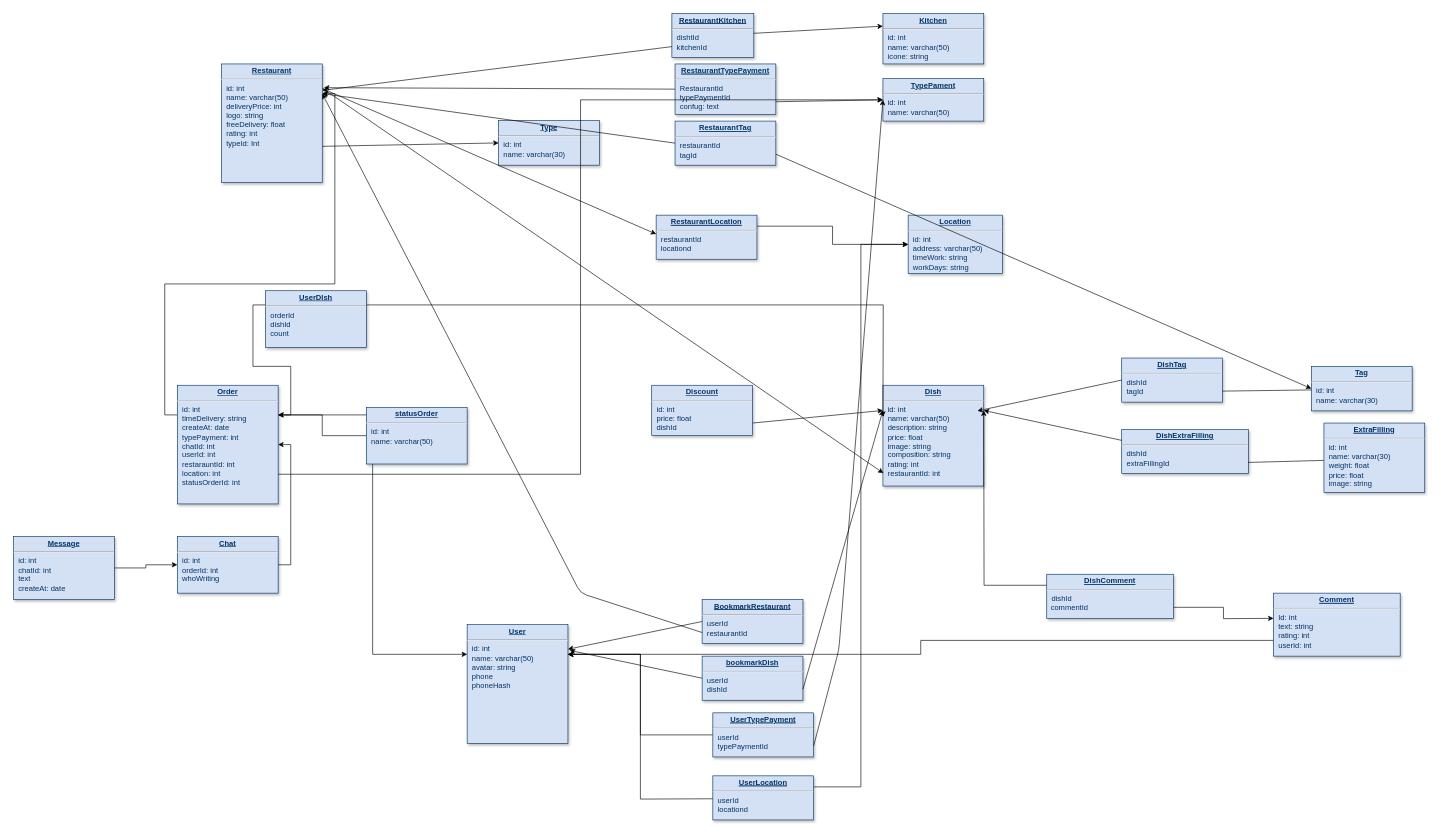
Before: Untitled Diagram.drawio in YuraBobeshko/Food, a draw.io diagram. Source tidied: cells renumbered, new cells numbered last; positions are measured from the earlier drawing's top-left corner, leaving out a move shared by most shapes. Both pictures are drawn from the tidied source at 63%, with x=0, y=0 at pixel (13, 13).
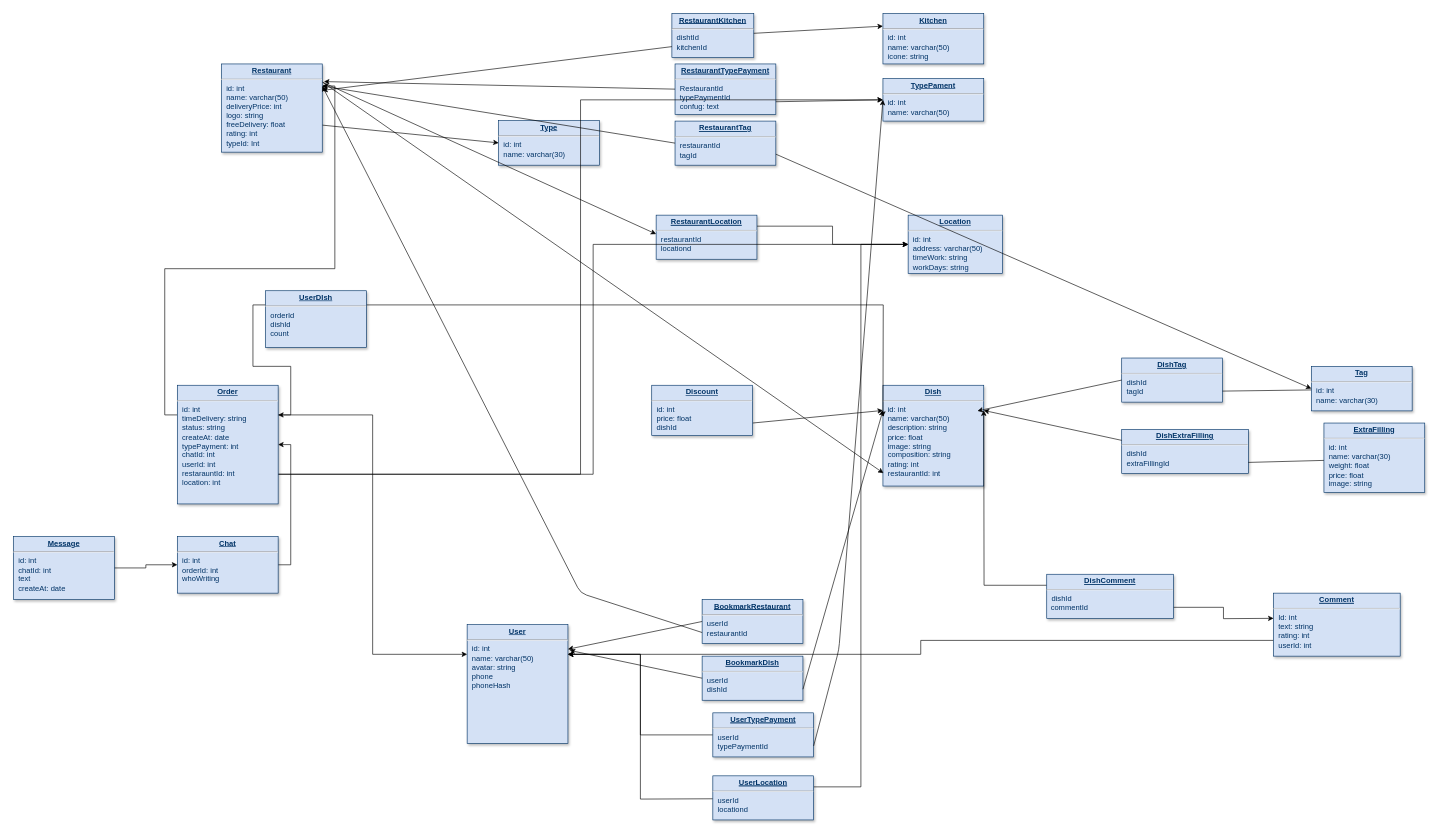
After the change.

The change refers to these unchanged cells:
```xml
<mxCell id="38" value="&lt;p style=&quot;margin: 0px ; margin-top: 4px ; text-align: center ; text-decoration: underline&quot;&gt;&lt;span style=&quot;text-align: left&quot;&gt;&lt;b&gt;Location&lt;/b&gt;&lt;/span&gt;&lt;br&gt;&lt;/p&gt;&lt;hr&gt;&lt;p style=&quot;margin: 0px ; margin-left: 8px&quot;&gt;id: int&lt;br&gt;address&lt;span&gt;: varchar(50)&lt;/span&gt;&lt;/p&gt;&lt;p style=&quot;margin: 0px ; margin-left: 8px&quot;&gt;timeWork: string&lt;br&gt;workDays: string&lt;br&gt;&lt;/p&gt;&lt;p style=&quot;margin: 0px ; margin-left: 8px&quot;&gt;&lt;br&gt;&lt;br&gt;&lt;/p&gt;" style="verticalAlign=top;align=left;overflow=fill;fontSize=12;fontFamily=Helvetica;html=1;strokeColor=#003366;shadow=1;fillColor=#D4E1F5;fontColor=#003366;" parent="1" vertex="1">
  <mxGeometry x="1420" y="320" width="150" height="92.8" as="geometry" />
</mxCell>
```

Change to the diagram source:
```diff
@@
     <mxCell id="3" value="&lt;p style=&quot;margin: 4px 0px 0px ; text-align: center&quot;&gt;&lt;b&gt;&lt;u&gt;Restaurant&lt;/u&gt;&lt;/b&gt;&lt;br&gt;&lt;/p&gt;&lt;hr&gt;&lt;p style=&quot;margin: 0px ; margin-left: 8px&quot;&gt;id: int&lt;br&gt;name: varchar(50)&lt;br&gt;deliveryPrice: int&lt;br&gt;logo: string&lt;br&gt;freeDelivery: float&lt;br&gt;rating: int&lt;br&gt;typeId: Int&lt;br&gt;&lt;br&gt;&lt;br&gt;&lt;/p&gt;" style="verticalAlign=top;align=left;overflow=fill;fontSize=12;fontFamily=Helvetica;html=1;strokeColor=#003366;shadow=1;fillColor=#D4E1F5;fontColor=#003366;" parent="1" vertex="1">
-      <mxGeometry x="330" y="80" width="160" height="188.4" as="geometry" />
+      <mxGeometry x="330" y="80" width="160" height="140" as="geometry" />
     </mxCell>
@@
-    <mxCell id="32" value="&lt;p style=&quot;margin: 0px ; margin-top: 4px ; text-align: center ; text-decoration: underline&quot;&gt;&lt;b&gt;&lt;u&gt;bookmarkDish&lt;/u&gt;&lt;/b&gt;&lt;br&gt;&lt;/p&gt;&lt;hr&gt;&lt;p style=&quot;margin: 0px ; margin-left: 8px&quot;&gt;userId&lt;br&gt;dishId&lt;br&gt;&lt;/p&gt;" style="verticalAlign=top;align=left;overflow=fill;fontSize=12;fontFamily=Helvetica;html=1;strokeColor=#003366;shadow=1;fillColor=#D4E1F5;fontColor=#003366;" parent="1" vertex="1">
+    <mxCell id="32" value="&lt;p style=&quot;margin: 0px ; margin-top: 4px ; text-align: center ; text-decoration: underline&quot;&gt;&lt;b&gt;&lt;u&gt;BookmarkDish&lt;/u&gt;&lt;/b&gt;&lt;br&gt;&lt;/p&gt;&lt;hr&gt;&lt;p style=&quot;margin: 0px ; margin-left: 8px&quot;&gt;userId&lt;br&gt;dishId&lt;br&gt;&lt;/p&gt;" style="verticalAlign=top;align=left;overflow=fill;fontSize=12;fontFamily=Helvetica;html=1;strokeColor=#003366;shadow=1;fillColor=#D4E1F5;fontColor=#003366;" parent="1" vertex="1">
       <mxGeometry x="1093" y="1020" width="160" height="70" as="geometry" />
     </mxCell>
@@
+    <mxCell id="70" style="edgeStyle=orthogonalEdgeStyle;rounded=0;jettySize=auto;html=1;exitX=1;exitY=0.75;exitDx=0;exitDy=0;entryX=0;entryY=0.5;entryDx=0;entryDy=0;" parent="1" edge="1" source="60" target="38">
+      <mxGeometry relative="1" as="geometry" />
+    </mxCell>
-    <mxCell id="60" value="&lt;p style=&quot;margin: 4px 0px 0px ; text-align: center&quot;&gt;&lt;b&gt;&lt;u&gt;Order&lt;/u&gt;&lt;/b&gt;&lt;br&gt;&lt;/p&gt;&lt;hr&gt;&lt;p style=&quot;margin: 0px ; margin-left: 8px&quot;&gt;id: int&lt;br&gt;timeDelivery: string&lt;br&gt;createAt: date&lt;br&gt;typePayment: int&lt;br&gt;chatId: int&lt;br&gt;userId: int&lt;br&gt;restarauntId: int&lt;br&gt;location: int&lt;br&gt;statusOrderId: int&lt;/p&gt;" style="verticalAlign=top;align=left;overflow=fill;fontSize=12;fontFamily=Helvetica;html=1;strokeColor=#003366;shadow=1;fillColor=#D4E1F5;fontColor=#003366;" parent="1" vertex="1">
+    <mxCell id="60" value="&lt;p style=&quot;margin: 4px 0px 0px ; text-align: center&quot;&gt;&lt;b&gt;&lt;u&gt;Order&lt;/u&gt;&lt;/b&gt;&lt;br&gt;&lt;/p&gt;&lt;hr&gt;&lt;p style=&quot;margin: 0px ; margin-left: 8px&quot;&gt;id: int&lt;br&gt;timeDelivery: string&lt;br&gt;status: string&lt;br&gt;createAt: date&lt;br&gt;typePayment: int&lt;br&gt;chatId: int&lt;br&gt;userId: int&lt;br&gt;restarauntId: int&lt;br&gt;location: int&lt;br&gt;&lt;br&gt;&lt;/p&gt;" style="verticalAlign=top;align=left;overflow=fill;fontSize=12;fontFamily=Helvetica;html=1;strokeColor=#003366;shadow=1;fillColor=#D4E1F5;fontColor=#003366;" parent="1" vertex="1">
       <mxGeometry x="260" y="590" width="160" height="188.4" as="geometry" />
     </mxCell>
@@
-    <mxCell id="64" style="edgeStyle=orthogonalEdgeStyle;rounded=0;jettySize=auto;html=1;exitX=0;exitY=0.5;exitDx=0;exitDy=0;entryX=1;entryY=0.25;entryDx=0;entryDy=0;" parent="1" edge="1" source="65" target="60">
-      <mxGeometry relative="1" as="geometry" />
-    </mxCell>
-    <mxCell id="65" value="&lt;p style=&quot;margin: 4px 0px 0px ; text-align: center&quot;&gt;&lt;b&gt;&lt;u&gt;statusOrder&lt;/u&gt;&lt;/b&gt;&lt;br&gt;&lt;/p&gt;&lt;hr&gt;&lt;p style=&quot;margin: 0px ; margin-left: 8px&quot;&gt;id: int&lt;br&gt;name: varchar(50)&lt;/p&gt;" style="verticalAlign=top;align=left;overflow=fill;fontSize=12;fontFamily=Helvetica;html=1;strokeColor=#003366;shadow=1;fillColor=#D4E1F5;fontColor=#003366;" parent="1" vertex="1">
-      <mxGeometry x="560" y="625" width="160" height="90" as="geometry" />
-    </mxCell>
@@
+    <mxCell id="71" style="edgeStyle=orthogonalEdgeStyle;rounded=0;orthogonalLoop=1;jettySize=auto;html=1;exitX=0.5;exitY=1;exitDx=0;exitDy=0;" parent="1" edge="1" source="3" target="3">
+      <mxGeometry relative="1" as="geometry" />
+    </mxCell>
```
